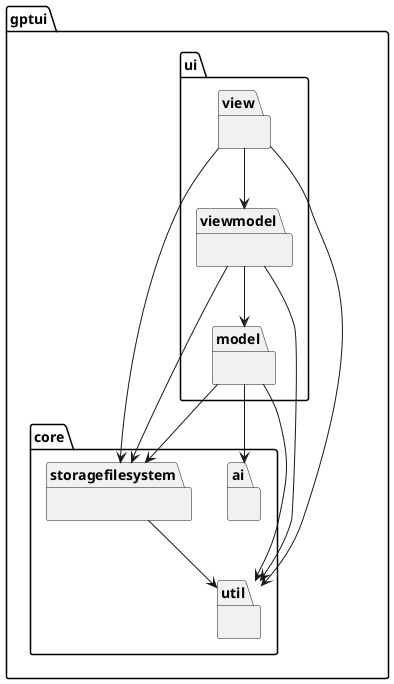
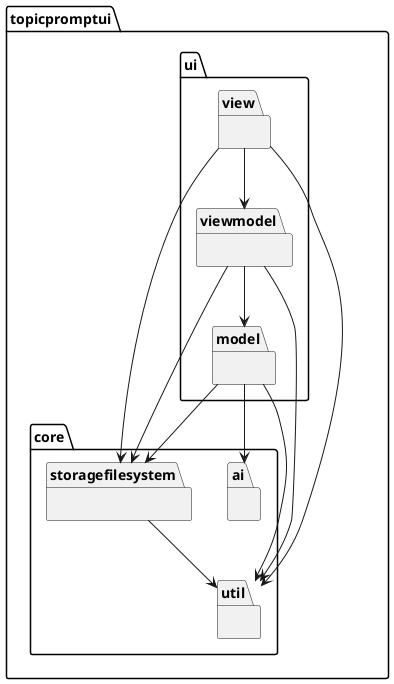
@startuml
'https://plantuml.com/class-diagram

- package gptui {
+ package topicpromptui {
    package core {
        package ai {}
        package util {}
        package storagefilesystem {}
    }
    package ui {
        package model {}
        package view {}
        package viewmodel {}
    }
}

view --> viewmodel
view --> storagefilesystem
view --> util
viewmodel --> model
viewmodel --> storagefilesystem
viewmodel --> util
model --> ai
model --> storagefilesystem
model --> util
storagefilesystem --> util

@enduml